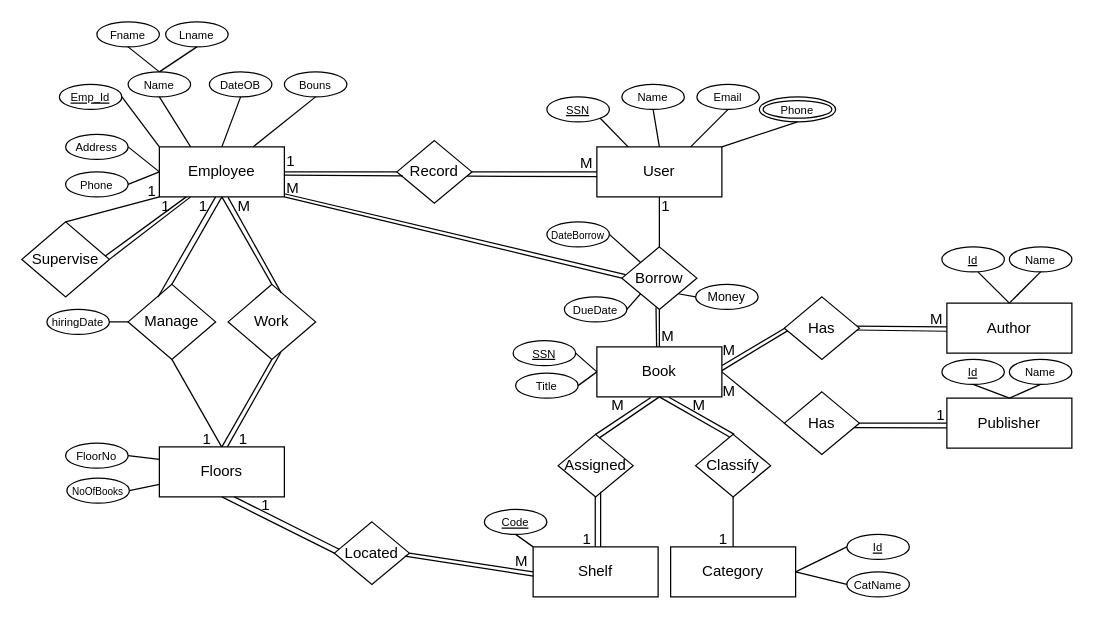
Above: ERD/Library.drawio in omareldesokyy/ERD (draw.io), before the change. Source tidied: cells renumbered, new cells numbered last; positions are measured from the earlier drawing's top-left corner, leaving out a move shared by most shapes. Both pictures are drawn from the tidied source at 125%, with x=0, y=0 at pixel (21, 21).
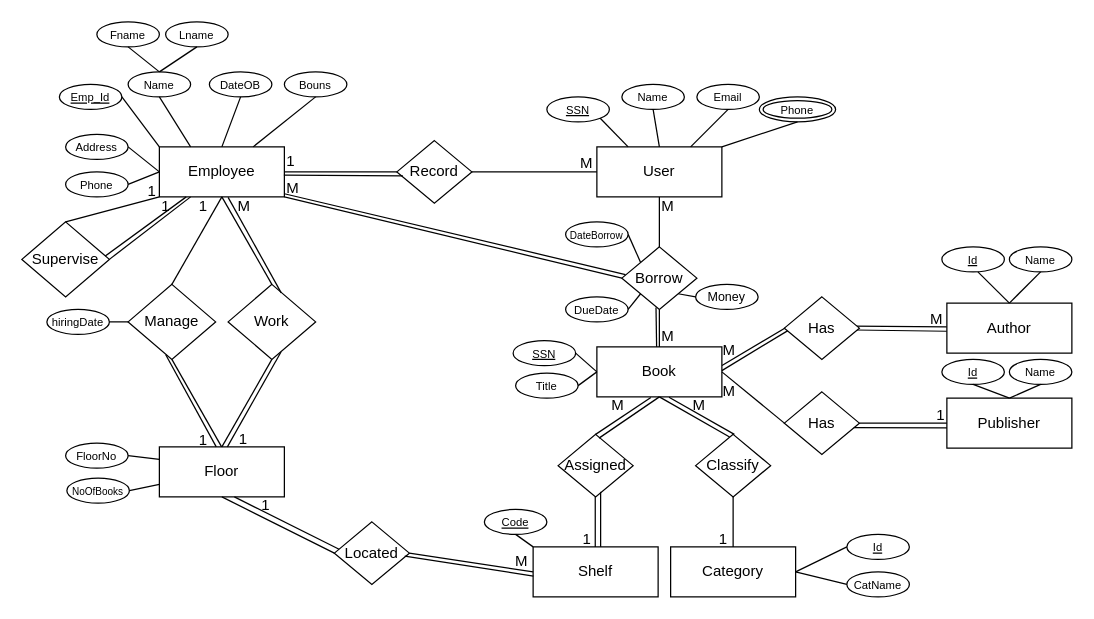
The same diagram, later.

Unchanged cells that the change refers to:
```xml
<mxCell id="9" value="Record" style="shape=rhombus;perimeter=rhombusPerimeter;whiteSpace=wrap;html=1;align=center;" parent="1" vertex="1">
  <mxGeometry x="300" y="95" width="60" height="50" as="geometry" />
</mxCell>
<mxCell id="12" value="Manage" style="shape=rhombus;perimeter=rhombusPerimeter;whiteSpace=wrap;html=1;align=center;" parent="1" vertex="1">
  <mxGeometry x="85" y="210" width="70" height="60" as="geometry" />
</mxCell>
```

The edit, as a diff of the source:
```diff
@@
-    <mxCell id="5" value="Floors" style="whiteSpace=wrap;html=1;align=center;" parent="1" vertex="1">
+    <mxCell id="5" value="Floor" style="whiteSpace=wrap;html=1;align=center;" parent="1" vertex="1">
       <mxGeometry x="110" y="340" width="100" height="40" as="geometry" />
     </mxCell>
@@
-    <mxCell id="58" style="endArrow=none;html=1;rounded=0;exitX=0.342;exitY=0.169;exitDx=0;exitDy=0;entryX=0.5;entryY=1;entryDx=0;entryDy=0;exitPerimeter=0;" parent="1" edge="1" source="12">
-      <mxGeometry relative="1" as="geometry">
-        <mxPoint x="155" y="140" as="targetPoint" />
-      </mxGeometry>
+    <mxCell id="58" style="endArrow=none;html=1;rounded=0;exitX=0.455;exitY=0;exitDx=0;exitDy=0;entryX=0.43;entryY=0.938;entryDx=0;entryDy=0;exitPerimeter=0;entryPerimeter=0;" parent="1" edge="1" source="5" target="12">
+      <mxGeometry relative="1" as="geometry" />
     </mxCell>
@@
     <mxCell id="62" value="1" style="html=1;whiteSpace=wrap;align=left;verticalAlign=bottom;" parent="1" vertex="1">
-      <mxGeometry x="143" y="342" as="geometry" />
+      <mxGeometry x="140" y="343" as="geometry" />
     </mxCell>
@@
-    <mxCell id="68" style="endArrow=none;html=1;rounded=0;exitX=0.94;exitY=0.568;exitDx=0;exitDy=0;entryX=0;entryY=0.5;entryDx=0;entryDy=0;exitPerimeter=0;" parent="1" edge="1" source="9">
-      <mxGeometry relative="1" as="geometry">
-        <mxPoint x="460" y="123.8" as="targetPoint" />
-      </mxGeometry>
-    </mxCell>
@@
     <mxCell id="87" value="&lt;font style=&quot;font-size: 8px;&quot;&gt;DateBorrow&lt;/font&gt;" style="ellipse;whiteSpace=wrap;html=1;align=center;" parent="1" vertex="1">
-      <mxGeometry x="420" y="160" width="50" height="20" as="geometry" />
+      <mxGeometry x="435" y="160" width="50" height="20" as="geometry" />
     </mxCell>
     <mxCell id="88" value="&lt;font style=&quot;font-size: 9px;&quot;&gt;DueDate&lt;/font&gt;" style="ellipse;whiteSpace=wrap;html=1;align=center;" parent="1" vertex="1">
-      <mxGeometry x="434" y="220" width="50" height="20" as="geometry" />
+      <mxGeometry x="435" y="220" width="50" height="20" as="geometry" />
     </mxCell>
@@
-    <mxCell id="93" value="1" style="html=1;whiteSpace=wrap;align=left;verticalAlign=bottom;direction=south;" parent="1" vertex="1">
+    <mxCell id="93" value="M" style="html=1;whiteSpace=wrap;align=left;verticalAlign=bottom;direction=south;" parent="1" vertex="1">
       <mxGeometry x="510" y="156" as="geometry" />
     </mxCell>
```
